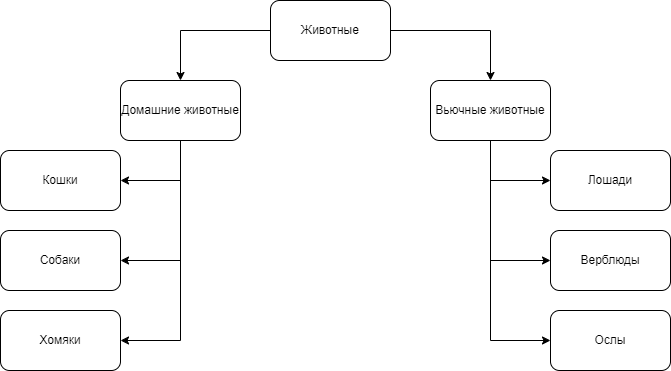
Before: src/diagram.png, a diagram exported from draw.io (a-shlyapnikov/final-project). Source tidied: cells renumbered, new cells last; positions are measured from the earlier drawing's top-left corner, leaving out a move shared by most shapes. The source it was exported from:
```xml
<mxGraphModel>
  <root>
    <mxCell id="0" />
    <mxCell id="1" parent="0" />
    <mxCell id="2" style="edgeStyle=orthogonalEdgeStyle;rounded=0;jettySize=auto;html=1;" parent="1" edge="1" source="4" target="8">
      <mxGeometry relative="1" as="geometry" />
    </mxCell>
    <mxCell id="3" style="edgeStyle=orthogonalEdgeStyle;rounded=0;jettySize=auto;html=1;" parent="1" edge="1" source="4" target="12">
      <mxGeometry relative="1" as="geometry" />
    </mxCell>
    <mxCell id="4" value="Животные" style="rounded=1;whiteSpace=wrap;html=1;" parent="1" vertex="1">
      <mxGeometry x="270" width="120" height="60" as="geometry" />
    </mxCell>
    <mxCell id="5" style="edgeStyle=orthogonalEdgeStyle;rounded=0;jettySize=auto;html=1;" parent="1" edge="1" source="8" target="13">
      <mxGeometry relative="1" as="geometry">
        <Array as="points">
          <mxPoint x="180" y="180" />
        </Array>
      </mxGeometry>
    </mxCell>
    <mxCell id="6" style="edgeStyle=orthogonalEdgeStyle;rounded=0;jettySize=auto;html=1;" parent="1" edge="1" source="8" target="14">
      <mxGeometry relative="1" as="geometry">
        <Array as="points">
          <mxPoint x="180" y="260" />
        </Array>
      </mxGeometry>
    </mxCell>
    <mxCell id="7" style="edgeStyle=orthogonalEdgeStyle;rounded=0;jettySize=auto;html=1;" parent="1" edge="1" source="8" target="15">
      <mxGeometry relative="1" as="geometry">
        <Array as="points">
          <mxPoint x="180" y="340" />
        </Array>
      </mxGeometry>
    </mxCell>
    <mxCell id="8" value="Домашние животные" style="rounded=1;whiteSpace=wrap;html=1;" parent="1" vertex="1">
      <mxGeometry x="120" y="80" width="120" height="60" as="geometry" />
    </mxCell>
    <mxCell id="9" style="edgeStyle=orthogonalEdgeStyle;rounded=0;jettySize=auto;html=1;" parent="1" edge="1" source="12" target="16">
      <mxGeometry relative="1" as="geometry">
        <Array as="points">
          <mxPoint x="490" y="180" />
        </Array>
      </mxGeometry>
    </mxCell>
    <mxCell id="10" style="edgeStyle=orthogonalEdgeStyle;rounded=0;jettySize=auto;html=1;" parent="1" edge="1" source="12" target="17">
      <mxGeometry relative="1" as="geometry">
        <Array as="points">
          <mxPoint x="490" y="260" />
        </Array>
      </mxGeometry>
    </mxCell>
    <mxCell id="11" style="edgeStyle=orthogonalEdgeStyle;rounded=0;jettySize=auto;html=1;" parent="1" edge="1" source="12" target="18">
      <mxGeometry relative="1" as="geometry">
        <Array as="points">
          <mxPoint x="490" y="340" />
        </Array>
      </mxGeometry>
    </mxCell>
    <mxCell id="12" value="Вьючные животные" style="rounded=1;whiteSpace=wrap;html=1;" parent="1" vertex="1">
      <mxGeometry x="430" y="80" width="120" height="60" as="geometry" />
    </mxCell>
    <mxCell id="13" value="Кошки" style="rounded=1;whiteSpace=wrap;html=1;" parent="1" vertex="1">
      <mxGeometry y="150" width="120" height="60" as="geometry" />
    </mxCell>
    <mxCell id="14" value="Собаки" style="rounded=1;whiteSpace=wrap;html=1;" parent="1" vertex="1">
      <mxGeometry y="230" width="120" height="60" as="geometry" />
    </mxCell>
    <mxCell id="15" value="Хомяки" style="rounded=1;whiteSpace=wrap;html=1;" parent="1" vertex="1">
      <mxGeometry y="310" width="120" height="60" as="geometry" />
    </mxCell>
    <mxCell id="16" value="Лошади" style="rounded=1;whiteSpace=wrap;html=1;" parent="1" vertex="1">
      <mxGeometry x="550" y="150" width="120" height="60" as="geometry" />
    </mxCell>
    <mxCell id="17" value="Верблюды" style="rounded=1;whiteSpace=wrap;html=1;" parent="1" vertex="1">
      <mxGeometry x="550" y="230" width="120" height="60" as="geometry" />
    </mxCell>
    <mxCell id="18" value="Ослы" style="rounded=1;whiteSpace=wrap;html=1;" parent="1" vertex="1">
      <mxGeometry x="550" y="310" width="120" height="60" as="geometry" />
    </mxCell>
  </root>
</mxGraphModel>
```
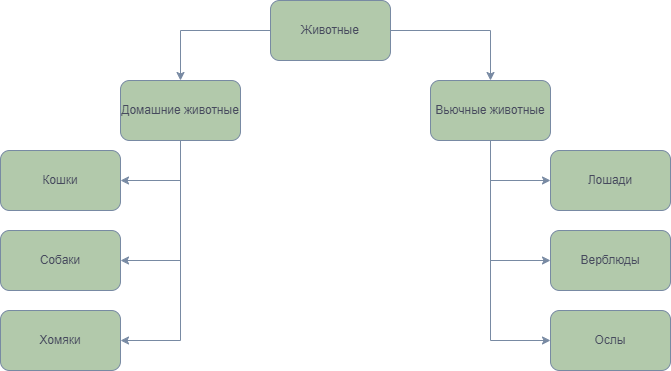
After the commit.

Change to the diagram source:
```diff
@@ -2,79 +2,79 @@
   <root>
     <mxCell id="0" />
     <mxCell id="1" parent="0" />
-    <mxCell id="2" style="edgeStyle=orthogonalEdgeStyle;rounded=0;jettySize=auto;html=1;" parent="1" edge="1" source="4" target="8">
+    <mxCell id="2" style="edgeStyle=orthogonalEdgeStyle;rounded=0;jettySize=auto;html=1;labelBackgroundColor=none;strokeColor=#0B4D6A;fontColor=default;" parent="1" edge="1" source="4" target="8">
       <mxGeometry relative="1" as="geometry" />
     </mxCell>
-    <mxCell id="3" style="edgeStyle=orthogonalEdgeStyle;rounded=0;jettySize=auto;html=1;" parent="1" edge="1" source="4" target="12">
+    <mxCell id="3" style="edgeStyle=orthogonalEdgeStyle;rounded=0;jettySize=auto;html=1;labelBackgroundColor=none;strokeColor=#0B4D6A;fontColor=default;" parent="1" edge="1" source="4" target="12">
       <mxGeometry relative="1" as="geometry" />
     </mxCell>
-    <mxCell id="4" value="Животные" style="rounded=1;whiteSpace=wrap;html=1;" parent="1" vertex="1">
+    <mxCell id="4" value="Животные" style="rounded=1;whiteSpace=wrap;html=1;labelBackgroundColor=none;fillColor=#09555B;strokeColor=#BAC8D3;fontColor=#EEEEEE;" parent="1" vertex="1">
       <mxGeometry x="270" width="120" height="60" as="geometry" />
     </mxCell>
-    <mxCell id="5" style="edgeStyle=orthogonalEdgeStyle;rounded=0;jettySize=auto;html=1;" parent="1" edge="1" source="8" target="13">
+    <mxCell id="5" style="edgeStyle=orthogonalEdgeStyle;rounded=0;jettySize=auto;html=1;labelBackgroundColor=none;strokeColor=#0B4D6A;fontColor=default;" parent="1" edge="1" source="8" target="13">
       <mxGeometry relative="1" as="geometry">
         <Array as="points">
           <mxPoint x="180" y="180" />
         </Array>
       </mxGeometry>
     </mxCell>
-    <mxCell id="6" style="edgeStyle=orthogonalEdgeStyle;rounded=0;jettySize=auto;html=1;" parent="1" edge="1" source="8" target="14">
+    <mxCell id="6" style="edgeStyle=orthogonalEdgeStyle;rounded=0;jettySize=auto;html=1;labelBackgroundColor=none;strokeColor=#0B4D6A;fontColor=default;" parent="1" edge="1" source="8" target="14">
       <mxGeometry relative="1" as="geometry">
         <Array as="points">
           <mxPoint x="180" y="260" />
         </Array>
       </mxGeometry>
     </mxCell>
-    <mxCell id="7" style="edgeStyle=orthogonalEdgeStyle;rounded=0;jettySize=auto;html=1;" parent="1" edge="1" source="8" target="15">
+    <mxCell id="7" style="edgeStyle=orthogonalEdgeStyle;rounded=0;jettySize=auto;html=1;labelBackgroundColor=none;strokeColor=#0B4D6A;fontColor=default;" parent="1" edge="1" source="8" target="15">
       <mxGeometry relative="1" as="geometry">
         <Array as="points">
           <mxPoint x="180" y="340" />
         </Array>
       </mxGeometry>
     </mxCell>
-    <mxCell id="8" value="Домашние животные" style="rounded=1;whiteSpace=wrap;html=1;" parent="1" vertex="1">
+    <mxCell id="8" value="Домашние животные" style="rounded=1;whiteSpace=wrap;html=1;labelBackgroundColor=none;fillColor=#09555B;strokeColor=#BAC8D3;fontColor=#EEEEEE;" parent="1" vertex="1">
       <mxGeometry x="120" y="80" width="120" height="60" as="geometry" />
     </mxCell>
-    <mxCell id="9" style="edgeStyle=orthogonalEdgeStyle;rounded=0;jettySize=auto;html=1;" parent="1" edge="1" source="12" target="16">
+    <mxCell id="9" style="edgeStyle=orthogonalEdgeStyle;rounded=0;jettySize=auto;html=1;labelBackgroundColor=none;strokeColor=#0B4D6A;fontColor=default;" parent="1" edge="1" source="12" target="16">
       <mxGeometry relative="1" as="geometry">
         <Array as="points">
           <mxPoint x="490" y="180" />
         </Array>
       </mxGeometry>
     </mxCell>
-    <mxCell id="10" style="edgeStyle=orthogonalEdgeStyle;rounded=0;jettySize=auto;html=1;" parent="1" edge="1" source="12" target="17">
+    <mxCell id="10" style="edgeStyle=orthogonalEdgeStyle;rounded=0;jettySize=auto;html=1;labelBackgroundColor=none;strokeColor=#0B4D6A;fontColor=default;" parent="1" edge="1" source="12" target="17">
       <mxGeometry relative="1" as="geometry">
         <Array as="points">
           <mxPoint x="490" y="260" />
         </Array>
       </mxGeometry>
     </mxCell>
-    <mxCell id="11" style="edgeStyle=orthogonalEdgeStyle;rounded=0;jettySize=auto;html=1;" parent="1" edge="1" source="12" target="18">
+    <mxCell id="11" style="edgeStyle=orthogonalEdgeStyle;rounded=0;jettySize=auto;html=1;labelBackgroundColor=none;strokeColor=#0B4D6A;fontColor=default;" parent="1" edge="1" source="12" target="18">
       <mxGeometry relative="1" as="geometry">
         <Array as="points">
           <mxPoint x="490" y="340" />
         </Array>
       </mxGeometry>
     </mxCell>
-    <mxCell id="12" value="Вьючные животные" style="rounded=1;whiteSpace=wrap;html=1;" parent="1" vertex="1">
+    <mxCell id="12" value="Вьючные животные" style="rounded=1;whiteSpace=wrap;html=1;labelBackgroundColor=none;fillColor=#09555B;strokeColor=#BAC8D3;fontColor=#EEEEEE;" parent="1" vertex="1">
       <mxGeometry x="430" y="80" width="120" height="60" as="geometry" />
     </mxCell>
-    <mxCell id="13" value="Кошки" style="rounded=1;whiteSpace=wrap;html=1;" parent="1" vertex="1">
+    <mxCell id="13" value="Кошки" style="rounded=1;whiteSpace=wrap;html=1;labelBackgroundColor=none;fillColor=#09555B;strokeColor=#BAC8D3;fontColor=#EEEEEE;" parent="1" vertex="1">
       <mxGeometry y="150" width="120" height="60" as="geometry" />
     </mxCell>
-    <mxCell id="14" value="Собаки" style="rounded=1;whiteSpace=wrap;html=1;" parent="1" vertex="1">
+    <mxCell id="14" value="Собаки" style="rounded=1;whiteSpace=wrap;html=1;labelBackgroundColor=none;fillColor=#09555B;strokeColor=#BAC8D3;fontColor=#EEEEEE;" parent="1" vertex="1">
       <mxGeometry y="230" width="120" height="60" as="geometry" />
     </mxCell>
-    <mxCell id="15" value="Хомяки" style="rounded=1;whiteSpace=wrap;html=1;" parent="1" vertex="1">
+    <mxCell id="15" value="Хомяки" style="rounded=1;whiteSpace=wrap;html=1;labelBackgroundColor=none;fillColor=#09555B;strokeColor=#BAC8D3;fontColor=#EEEEEE;" parent="1" vertex="1">
       <mxGeometry y="310" width="120" height="60" as="geometry" />
     </mxCell>
-    <mxCell id="16" value="Лошади" style="rounded=1;whiteSpace=wrap;html=1;" parent="1" vertex="1">
+    <mxCell id="16" value="Лошади" style="rounded=1;whiteSpace=wrap;html=1;labelBackgroundColor=none;fillColor=#09555B;strokeColor=#BAC8D3;fontColor=#EEEEEE;" parent="1" vertex="1">
       <mxGeometry x="550" y="150" width="120" height="60" as="geometry" />
     </mxCell>
-    <mxCell id="17" value="Верблюды" style="rounded=1;whiteSpace=wrap;html=1;" parent="1" vertex="1">
+    <mxCell id="17" value="Верблюды" style="rounded=1;whiteSpace=wrap;html=1;labelBackgroundColor=none;fillColor=#09555B;strokeColor=#BAC8D3;fontColor=#EEEEEE;" parent="1" vertex="1">
       <mxGeometry x="550" y="230" width="120" height="60" as="geometry" />
     </mxCell>
-    <mxCell id="18" value="Ослы" style="rounded=1;whiteSpace=wrap;html=1;" parent="1" vertex="1">
+    <mxCell id="18" value="Ослы" style="rounded=1;whiteSpace=wrap;html=1;labelBackgroundColor=none;fillColor=#09555B;strokeColor=#BAC8D3;fontColor=#EEEEEE;" parent="1" vertex="1">
       <mxGeometry x="550" y="310" width="120" height="60" as="geometry" />
     </mxCell>
   </root>
```
